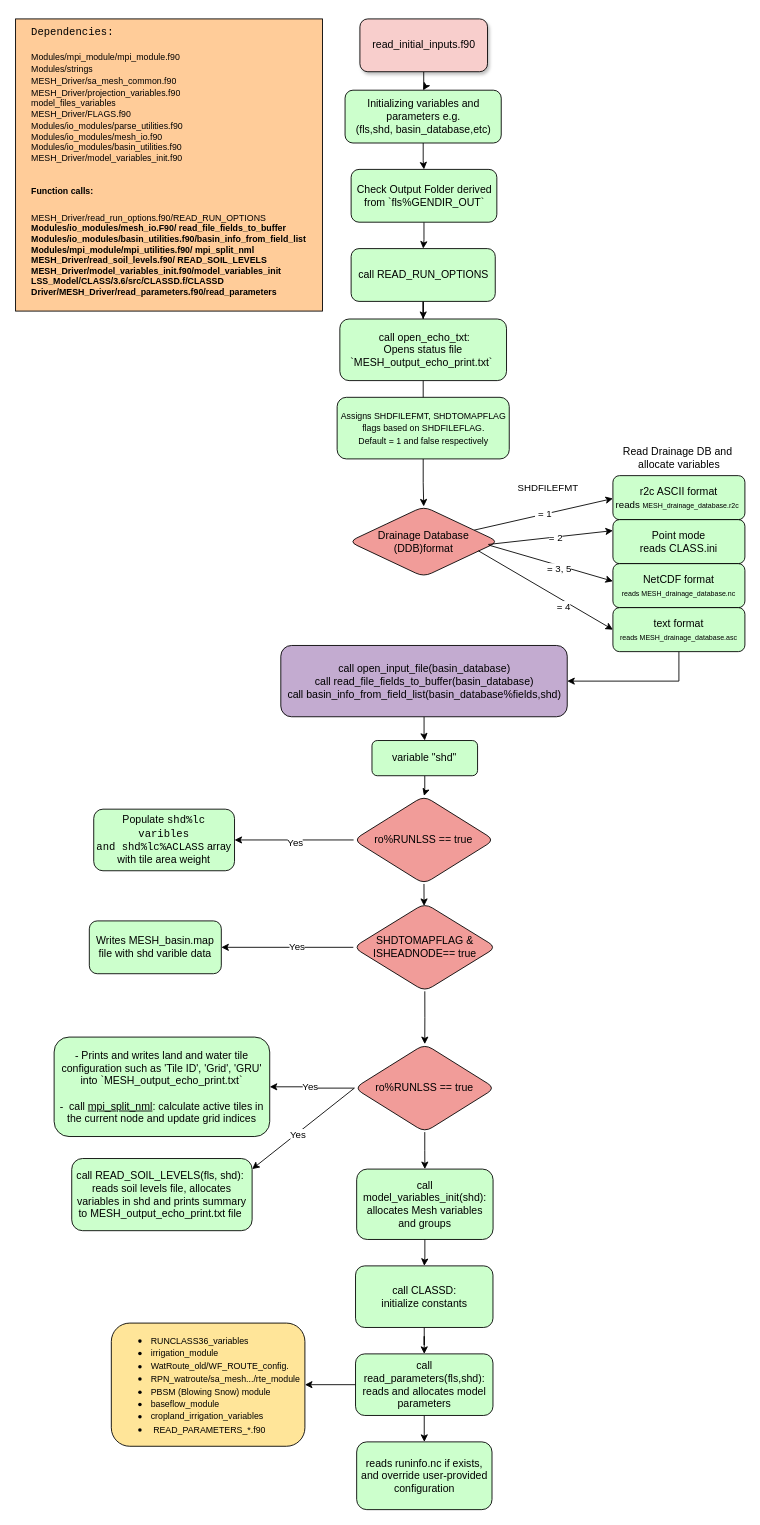
Before: read_initial_inputs_map.drawio in MeshMapping/r1860_ME_ZT-Mappings, a draw.io diagram. Source tidied: cells renumbered, new cells numbered last; positions are measured from the earlier drawing's top-left corner, leaving out a move shared by most shapes. Both pictures are drawn from the tidied source at 88%, with x=0, y=0 at pixel (15, 18).
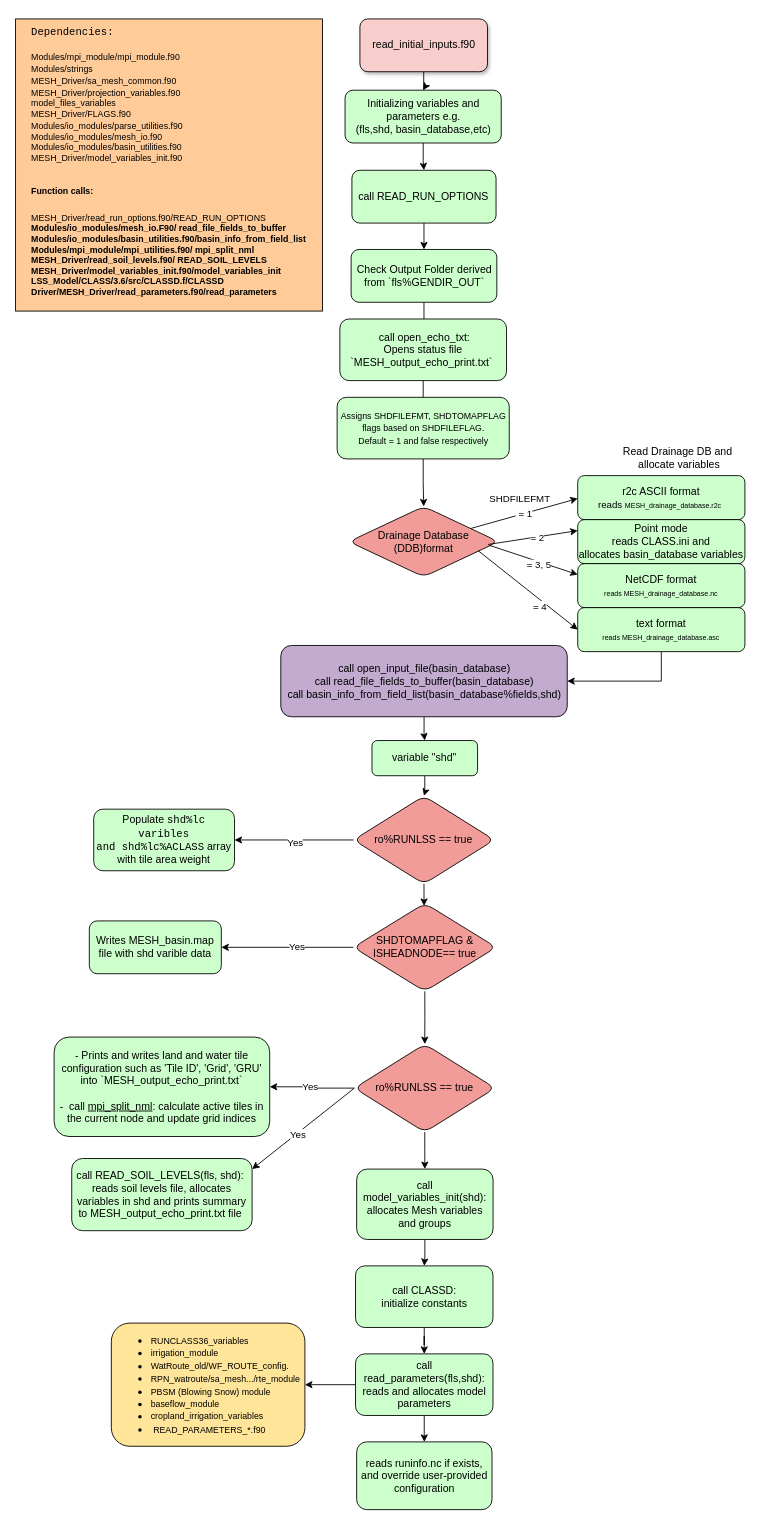
Above is the later version.

Commit message:
Modified read_initial_inputs file to add some code

Unchanged cells that the change refers to:
```xml
<mxCell id="5" value="Drainage Database (DDB)format" style="rhombus;whiteSpace=wrap;html=1;rounded=1;fillColor=#F19C99;" parent="1" vertex="1">
  <mxGeometry x="379" y="554" width="170" height="80" as="geometry" />
</mxCell>
<mxCell id="50" value="Initializing variables and parameters e.g.&lt;div&gt;(fls,shd, basin_database,etc)&lt;/div&gt;" style="whiteSpace=wrap;html=1;rounded=1;fillColor=#CCFFCC;" parent="1" vertex="1">
  <mxGeometry x="374.6" y="81" width="177.5" height="60" as="geometry" />
</mxCell>
<mxCell id="54" value="&lt;span dir=&quot;ltr&quot; class=&quot;ui-provider a b c d e f g h i j k l m n o p q r s t u v w x y z ab ac ae af ag ah ai aj ak&quot;&gt;&amp;nbsp;call open_echo_txt:&lt;/span&gt;&lt;div&gt;&lt;span dir=&quot;ltr&quot; class=&quot;ui-provider a b c d e f g h i j k l m n o p q r s t u v w x y z ab ac ae af ag ah ai aj ak&quot;&gt;Opens status file `&lt;/span&gt;&lt;span style=&quot;background-color: initial;&quot;&gt;MESH_output_echo_print.txt`&amp;nbsp;&lt;/span&gt;&lt;/div&gt;" style="whiteSpace=wrap;html=1;rounded=1;fillColor=#CCFFCC;" parent="1" vertex="1">
  <mxGeometry x="368.7" y="341" width="189.4" height="70" as="geometry" />
</mxCell>
```

Diff of the diagram source:
```diff
@@
     <mxCell id="6" value="r2c ASCII format&lt;div style=&quot;&quot;&gt;&lt;span style=&quot;font-size: 11px;&quot;&gt;reads&amp;nbsp;&lt;/span&gt;&lt;font style=&quot;font-size: 8px;&quot;&gt;MESH_drainage_database.r2c&lt;/font&gt;&lt;span style=&quot;font-size: 11px;&quot;&gt;&amp;nbsp;&lt;/span&gt;&lt;/div&gt;" style="whiteSpace=wrap;html=1;rounded=1;fillColor=#CCFFCC;" parent="1" vertex="1">
-      <mxGeometry x="679" y="519" width="150" height="50" as="geometry" />
+      <mxGeometry x="639" y="519" width="190" height="50" as="geometry" />
     </mxCell>
-    <mxCell id="7" value="Point mode&lt;div&gt;reads CLASS.ini&lt;/div&gt;" style="whiteSpace=wrap;html=1;rounded=1;fillColor=#CCFFCC;" parent="1" vertex="1">
-      <mxGeometry x="679" y="569" width="150" height="50" as="geometry" />
+    <mxCell id="7" value="Point mode&lt;div&gt;reads CLASS.ini and allocates&amp;nbsp;basin_database variables&lt;/div&gt;" style="whiteSpace=wrap;html=1;rounded=1;fillColor=#CCFFCC;" parent="1" vertex="1">
+      <mxGeometry x="639" y="569" width="190" height="50" as="geometry" />
     </mxCell>
     <mxCell id="8" value="NetCDF format&lt;div&gt;&lt;font style=&quot;font-size: 8px;&quot;&gt;reads MESH_drainage_database.nc&lt;/font&gt;&lt;br&gt;&lt;/div&gt;" style="whiteSpace=wrap;html=1;rounded=1;fillColor=#CCFFCC;" parent="1" vertex="1">
-      <mxGeometry x="679" y="619" width="150" height="50" as="geometry" />
+      <mxGeometry x="639" y="619" width="190" height="50" as="geometry" />
     </mxCell>
@@
-    <mxCell id="10" value="= 3, 5" style="rounded=0;jettySize=auto;html=1;entryX=0;entryY=0.5;entryDx=0;entryDy=0;exitX=0.936;exitY=0.55;exitDx=0;exitDy=0;exitPerimeter=0;" parent="1" edge="1" source="5">
-      <mxGeometry x="0.15" y="-4" relative="1" as="geometry">
-        <mxPoint x="679" y="639" as="targetPoint" />
-      </mxGeometry>
+    <mxCell id="10" value="= 3, 5" style="rounded=0;jettySize=auto;html=1;entryX=0;entryY=0.25;entryDx=0;entryDy=0;exitX=0.936;exitY=0.55;exitDx=0;exitDy=0;exitPerimeter=0;" parent="1" edge="1" source="5" target="8">
+      <mxGeometry x="0.15" y="-4" relative="1" as="geometry" />
     </mxCell>
@@
     <mxCell id="12" value="text format&lt;div&gt;&lt;font style=&quot;font-size: 8px;&quot;&gt;reads MESH_drainage_database.asc&lt;/font&gt;&lt;br&gt;&lt;/div&gt;" style="whiteSpace=wrap;html=1;rounded=1;fillColor=#CCFFCC;" parent="1" vertex="1">
-      <mxGeometry x="679" y="669" width="150" height="50" as="geometry" />
+      <mxGeometry x="639" y="669" width="190" height="50" as="geometry" />
     </mxCell>
@@
     <mxCell id="14" value="&lt;span style=&quot;color: rgb(0, 0, 0); font-family: Helvetica; font-size: 11px; font-style: normal; font-variant-ligatures: normal; font-variant-caps: normal; font-weight: 400; letter-spacing: normal; orphans: 2; text-align: center; text-indent: 0px; text-transform: none; widows: 2; word-spacing: 0px; -webkit-text-stroke-width: 0px; white-space: nowrap; background-color: rgb(255, 255, 255); text-decoration-thickness: initial; text-decoration-style: initial; text-decoration-color: initial; display: inline !important; float: none;&quot;&gt;SHDFILEFMT&lt;/span&gt;" style="text;whiteSpace=wrap;html=1;" parent="1" vertex="1">
-      <mxGeometry x="569" y="519" width="80" height="20" as="geometry" />
+      <mxGeometry x="536.5" y="532" width="80" height="20" as="geometry" />
     </mxCell>
@@
-    <mxCell id="47" style="edgeStyle=orthogonalEdgeStyle;rounded=0;jettySize=auto;html=1;" parent="1" edge="1" source="48" target="54">
-      <mxGeometry relative="1" as="geometry" />
-    </mxCell>
+    <mxCell id="59" style="edgeStyle=orthogonalEdgeStyle;rounded=0;jettySize=auto;html=1;entryX=0.5;entryY=0;entryDx=0;entryDy=0;" parent="1" edge="1" source="48" target="52">
+      <mxGeometry relative="1" as="geometry" />
+    </mxCell>
     <mxCell id="48" value="call&amp;nbsp;READ_RUN_OPTIONS" style="whiteSpace=wrap;html=1;rounded=1;fillColor=#CCFFCC;" parent="1" vertex="1">
-      <mxGeometry x="381.5" y="261" width="163.8" height="60" as="geometry" />
+      <mxGeometry x="382.4" y="172" width="163.8" height="60" as="geometry" />
     </mxCell>
-    <mxCell id="49" style="edgeStyle=orthogonalEdgeStyle;rounded=0;jettySize=auto;html=1;" parent="1" edge="1" source="50" target="52">
-      <mxGeometry relative="1" as="geometry" />
-    </mxCell>
+    <mxCell id="60" style="edgeStyle=orthogonalEdgeStyle;rounded=0;jettySize=auto;html=1;entryX=0.5;entryY=0;entryDx=0;entryDy=0;" parent="1" edge="1" source="50" target="48">
+      <mxGeometry relative="1" as="geometry" />
+    </mxCell>
@@
-    <mxCell id="51" style="edgeStyle=orthogonalEdgeStyle;rounded=0;jettySize=auto;html=1;" parent="1" edge="1" source="52" target="48">
-      <mxGeometry relative="1" as="geometry" />
-    </mxCell>
+    <mxCell id="61" style="edgeStyle=orthogonalEdgeStyle;rounded=0;jettySize=auto;html=1;" parent="1" edge="1" source="52" target="54">
+      <mxGeometry relative="1" as="geometry" />
+    </mxCell>
     <mxCell id="52" value="Check Output Folder derived from `fls%GENDIR_OUT`" style="whiteSpace=wrap;html=1;rounded=1;fillColor=#CCFFCC;" parent="1" vertex="1">
-      <mxGeometry x="381.5" y="171" width="165.6" height="60" as="geometry" />
+      <mxGeometry x="381.5" y="262" width="165.6" height="60" as="geometry" />
     </mxCell>
```
